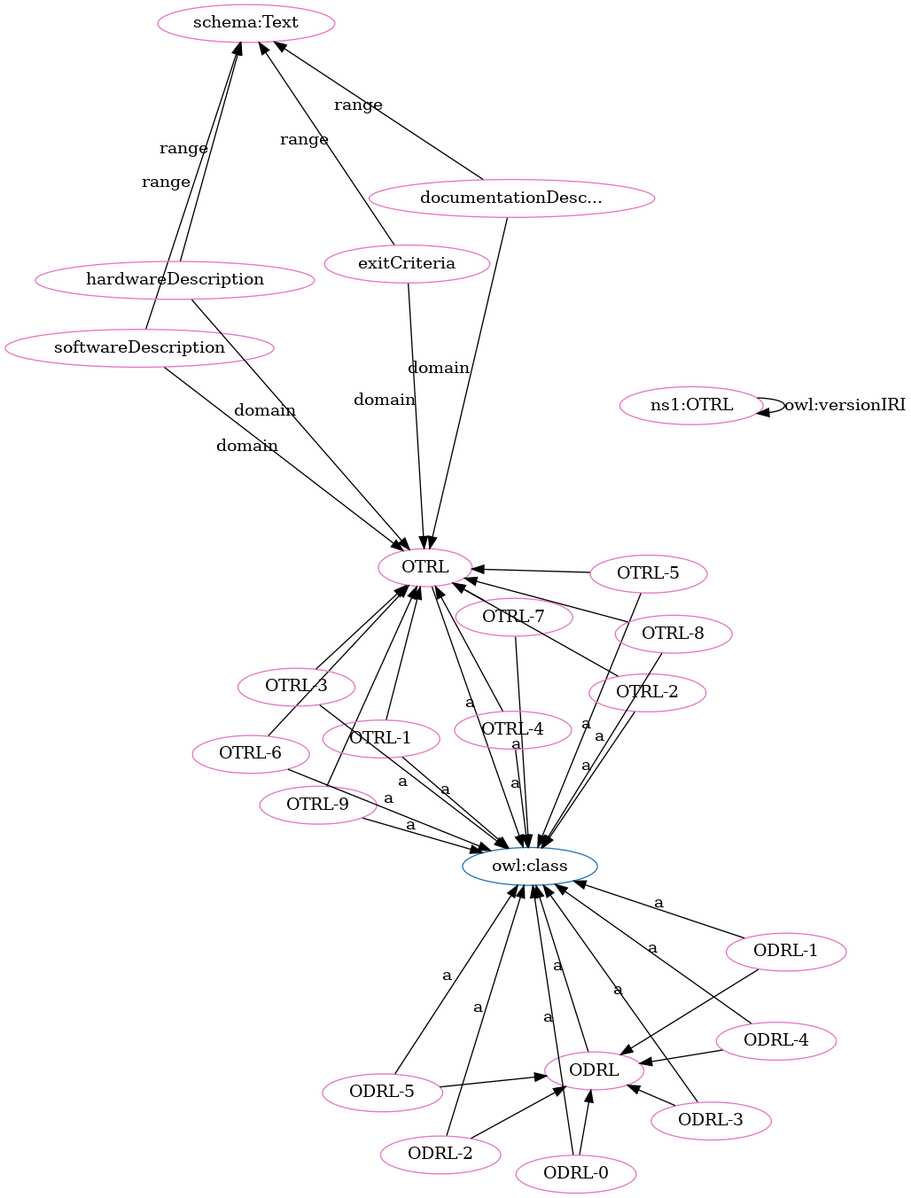
The Graphviz diagram OTRL-clean.png in OPEN-NEXT/OKH-LOSH, before a commit. Its source is kept beside it as OTRL-clean.dot.
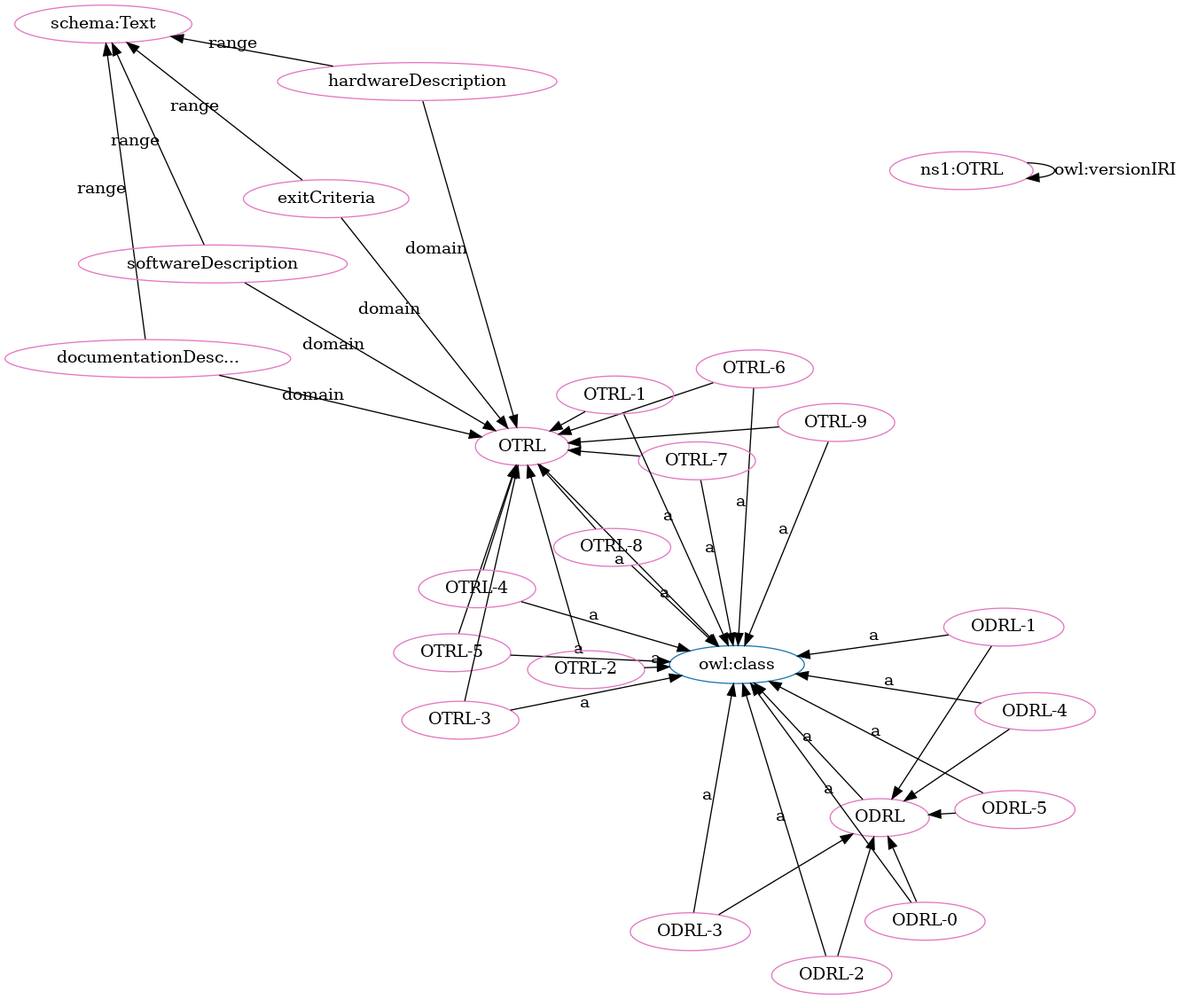
Above is the later version.

What changed in the source:
```diff
@@ -1,71 +1,71 @@
 digraph G {
   rankdir=BT
   node[height=.3]
+"http://purl.org/oseg/ontologies/OTRL#OTRL" [fillcolor="#1f77b4" color="#1f77b4" label="OTRL"]
 "http://purl.org/oseg/ontologies/OTRL#ODRL" [fillcolor="#1f77b4" color="#1f77b4" label="ODRL"]
-"http://purl.org/oseg/ontologies/OTRL#OTRL" [fillcolor="#1f77b4" color="#1f77b4" label="OTRL"]
 "http://www.w3.org/2002/07/owl#class" [fillcolor="#1f77b4" color="#1f77b4" label="owl:class"]
+"http://purl.org/oseg/ontologies/OTRL#OTRL" [fillcolor="#e377c2" color="#e377c2" label="OTRL"]
+"http://purl.org/oseg/ontologies/OTRL#exitCriteria" [fillcolor="#e377c2" color="#e377c2" label="exitCriteria"]
+"http://purl.org/oseg/ontologies/OTRL#ODRL" [fillcolor="#e377c2" color="#e377c2" label="ODRL"]
+"http://schema.org/Text" [fillcolor="#e377c2" color="#e377c2" label="schema:Text"]
+"http://purl.org/oseg/ontologies/OTRL#OTRL-6" [fillcolor="#e377c2" color="#e377c2" label="OTRL-6"]
 "http://purl.org/oseg/ontologies/OTRL" [fillcolor="#e377c2" color="#e377c2" label="ns1:OTRL"]
-"http://schema.org/Text" [fillcolor="#e377c2" color="#e377c2" label="schema:Text"]
+"http://purl.org/oseg/ontologies/OTRL#OTRL-7" [fillcolor="#e377c2" color="#e377c2" label="OTRL-7"]
+"http://purl.org/oseg/ontologies/OTRL#OTRL-5" [fillcolor="#e377c2" color="#e377c2" label="OTRL-5"]
+"http://purl.org/oseg/ontologies/OTRL#ODRL-2" [fillcolor="#e377c2" color="#e377c2" label="ODRL-2"]
+"http://purl.org/oseg/ontologies/OTRL#OTRL-3" [fillcolor="#e377c2" color="#e377c2" label="OTRL-3"]
+"http://purl.org/oseg/ontologies/OTRL#OTRL-1" [fillcolor="#e377c2" color="#e377c2" label="OTRL-1"]
+"http://purl.org/oseg/ontologies/OTRL#ODRL-3" [fillcolor="#e377c2" color="#e377c2" label="ODRL-3"]
+"http://purl.org/oseg/ontologies/OTRL#ODRL-4" [fillcolor="#e377c2" color="#e377c2" label="ODRL-4"]
+"http://purl.org/oseg/ontologies/OTRL#ODRL-1" [fillcolor="#e377c2" color="#e377c2" label="ODRL-1"]
+"http://purl.org/oseg/ontologies/OTRL#hardwareDescription" [fillcolor="#e377c2" color="#e377c2" label="hardwareDescription"]
+"http://purl.org/oseg/ontologies/OTRL#ODRL-0" [fillcolor="#e377c2" color="#e377c2" label="ODRL-0"]
+"http://purl.org/oseg/ontologies/OTRL#OTRL-2" [fillcolor="#e377c2" color="#e377c2" label="OTRL-2"]
+"http://purl.org/oseg/ontologies/OTRL#OTRL-8" [fillcolor="#e377c2" color="#e377c2" label="OTRL-8"]
+"http://purl.org/oseg/ontologies/OTRL#ODRL-5" [fillcolor="#e377c2" color="#e377c2" label="ODRL-5"]
+"http://purl.org/oseg/ontologies/OTRL#documentationDescription" [fillcolor="#e377c2" color="#e377c2" label="documentationDesc..."]
+"http://purl.org/oseg/ontologies/OTRL#softwareDescription" [fillcolor="#e377c2" color="#e377c2" label="softwareDescription"]
+"http://purl.org/oseg/ontologies/OTRL#OTRL-4" [fillcolor="#e377c2" color="#e377c2" label="OTRL-4"]
 "http://purl.org/oseg/ontologies/OTRL#OTRL-9" [fillcolor="#e377c2" color="#e377c2" label="OTRL-9"]
-"http://purl.org/oseg/ontologies/OTRL#ODRL" [fillcolor="#e377c2" color="#e377c2" label="ODRL"]
-"http://purl.org/oseg/ontologies/OTRL#ODRL-4" [fillcolor="#e377c2" color="#e377c2" label="ODRL-4"]
-"http://purl.org/oseg/ontologies/OTRL#OTRL" [fillcolor="#e377c2" color="#e377c2" label="OTRL"]
-"http://purl.org/oseg/ontologies/OTRL#OTRL-1" [fillcolor="#e377c2" color="#e377c2" label="OTRL-1"]
-"http://purl.org/oseg/ontologies/OTRL#ODRL-1" [fillcolor="#e377c2" color="#e377c2" label="ODRL-1"]
-"http://purl.org/oseg/ontologies/OTRL#OTRL-6" [fillcolor="#e377c2" color="#e377c2" label="OTRL-6"]
-"http://purl.org/oseg/ontologies/OTRL#ODRL-0" [fillcolor="#e377c2" color="#e377c2" label="ODRL-0"]
-"http://purl.org/oseg/ontologies/OTRL#ODRL-5" [fillcolor="#e377c2" color="#e377c2" label="ODRL-5"]
-"http://purl.org/oseg/ontologies/OTRL#OTRL-7" [fillcolor="#e377c2" color="#e377c2" label="OTRL-7"]
-"http://purl.org/oseg/ontologies/OTRL#ODRL-3" [fillcolor="#e377c2" color="#e377c2" label="ODRL-3"]
-"http://purl.org/oseg/ontologies/OTRL#OTRL-4" [fillcolor="#e377c2" color="#e377c2" label="OTRL-4"]
-"http://purl.org/oseg/ontologies/OTRL#OTRL-5" [fillcolor="#e377c2" color="#e377c2" label="OTRL-5"]
-"http://purl.org/oseg/ontologies/OTRL#exitCriteria" [fillcolor="#e377c2" color="#e377c2" label="exitCriteria"]
-"http://purl.org/oseg/ontologies/OTRL#softwareDescription" [fillcolor="#e377c2" color="#e377c2" label="softwareDescription"]
-"http://purl.org/oseg/ontologies/OTRL#OTRL-3" [fillcolor="#e377c2" color="#e377c2" label="OTRL-3"]
-"http://purl.org/oseg/ontologies/OTRL#hardwareDescription" [fillcolor="#e377c2" color="#e377c2" label="hardwareDescription"]
-"http://purl.org/oseg/ontologies/OTRL#OTRL-2" [fillcolor="#e377c2" color="#e377c2" label="OTRL-2"]
-"http://purl.org/oseg/ontologies/OTRL#ODRL-2" [fillcolor="#e377c2" color="#e377c2" label="ODRL-2"]
-"http://purl.org/oseg/ontologies/OTRL#documentationDescription" [fillcolor="#e377c2" color="#e377c2" label="documentationDesc..."]
-"http://purl.org/oseg/ontologies/OTRL#OTRL-8" [fillcolor="#e377c2" color="#e377c2" label="OTRL-8"]
+  "http://purl.org/oseg/ontologies/OTRL#OTRL-7" -> "http://purl.org/oseg/ontologies/OTRL#OTRL" [label=""]
+  "http://purl.org/oseg/ontologies/OTRL#ODRL" -> "http://www.w3.org/2002/07/owl#class" [label="a"]
+  "http://purl.org/oseg/ontologies/OTRL#documentationDescription" -> "http://schema.org/Text" [label="range"]
   "http://purl.org/oseg/ontologies/OTRL#softwareDescription" -> "http://schema.org/Text" [label="range"]
-  "http://purl.org/oseg/ontologies/OTRL#OTRL-9" -> "http://www.w3.org/2002/07/owl#class" [label="a"]
-  "http://purl.org/oseg/ontologies/OTRL#documentationDescription" -> "http://schema.org/Text" [label="range"]
-  "http://purl.org/oseg/ontologies/OTRL#ODRL-4" -> "http://purl.org/oseg/ontologies/OTRL#ODRL" [label=""]
-  "http://purl.org/oseg/ontologies/OTRL#OTRL-6" -> "http://purl.org/oseg/ontologies/OTRL#OTRL" [label=""]
-  "http://purl.org/oseg/ontologies/OTRL#exitCriteria" -> "http://purl.org/oseg/ontologies/OTRL#OTRL" [label="domain"]
-  "http://purl.org/oseg/ontologies/OTRL#OTRL-1" -> "http://www.w3.org/2002/07/owl#class" [label="a"]
-  "http://purl.org/oseg/ontologies/OTRL#softwareDescription" -> "http://purl.org/oseg/ontologies/OTRL#OTRL" [label="domain"]
-  "http://purl.org/oseg/ontologies/OTRL#ODRL-1" -> "http://www.w3.org/2002/07/owl#class" [label="a"]
-  "http://purl.org/oseg/ontologies/OTRL#OTRL-6" -> "http://www.w3.org/2002/07/owl#class" [label="a"]
-  "http://purl.org/oseg/ontologies/OTRL#OTRL-1" -> "http://purl.org/oseg/ontologies/OTRL#OTRL" [label=""]
-  "http://purl.org/oseg/ontologies/OTRL#ODRL-0" -> "http://purl.org/oseg/ontologies/OTRL#ODRL" [label=""]
-  "http://purl.org/oseg/ontologies/OTRL#ODRL-3" -> "http://purl.org/oseg/ontologies/OTRL#ODRL" [label=""]
-  "http://purl.org/oseg/ontologies/OTRL#OTRL-4" -> "http://www.w3.org/2002/07/owl#class" [label="a"]
-  "http://purl.org/oseg/ontologies/OTRL#OTRL-9" -> "http://purl.org/oseg/ontologies/OTRL#OTRL" [label=""]
-  "http://purl.org/oseg/ontologies/OTRL#OTRL-5" -> "http://purl.org/oseg/ontologies/OTRL#OTRL" [label=""]
-  "http://purl.org/oseg/ontologies/OTRL#OTRL-7" -> "http://purl.org/oseg/ontologies/OTRL#OTRL" [label=""]
-  "http://purl.org/oseg/ontologies/OTRL#OTRL-3" -> "http://www.w3.org/2002/07/owl#class" [label="a"]
-  "http://purl.org/oseg/ontologies/OTRL#OTRL-2" -> "http://purl.org/oseg/ontologies/OTRL#OTRL" [label=""]
-  "http://purl.org/oseg/ontologies/OTRL#ODRL-2" -> "http://www.w3.org/2002/07/owl#class" [label="a"]
-  "http://purl.org/oseg/ontologies/OTRL#hardwareDescription" -> "http://schema.org/Text" [label="range"]
-  "http://purl.org/oseg/ontologies/OTRL#OTRL-8" -> "http://www.w3.org/2002/07/owl#class" [label="a"]
-  "http://purl.org/oseg/ontologies/OTRL#documentationDescription" -> "http://purl.org/oseg/ontologies/OTRL#OTRL" [label="domain"]
-  "http://purl.org/oseg/ontologies/OTRL" -> "http://purl.org/oseg/ontologies/OTRL" [label="owl:versionIRI"]
-  "http://purl.org/oseg/ontologies/OTRL#ODRL-5" -> "http://purl.org/oseg/ontologies/OTRL#ODRL" [label=""]
-  "http://purl.org/oseg/ontologies/OTRL#ODRL-4" -> "http://www.w3.org/2002/07/owl#class" [label="a"]
-  "http://purl.org/oseg/ontologies/OTRL#ODRL" -> "http://www.w3.org/2002/07/owl#class" [label="a"]
-  "http://purl.org/oseg/ontologies/OTRL#ODRL-2" -> "http://purl.org/oseg/ontologies/OTRL#ODRL" [label=""]
-  "http://purl.org/oseg/ontologies/OTRL#ODRL-1" -> "http://purl.org/oseg/ontologies/OTRL#ODRL" [label=""]
-  "http://purl.org/oseg/ontologies/OTRL#OTRL-3" -> "http://purl.org/oseg/ontologies/OTRL#OTRL" [label=""]
-  "http://purl.org/oseg/ontologies/OTRL#ODRL-0" -> "http://www.w3.org/2002/07/owl#class" [label="a"]
-  "http://purl.org/oseg/ontologies/OTRL#ODRL-5" -> "http://www.w3.org/2002/07/owl#class" [label="a"]
   "http://purl.org/oseg/ontologies/OTRL#OTRL" -> "http://www.w3.org/2002/07/owl#class" [label="a"]
   "http://purl.org/oseg/ontologies/OTRL#OTRL-7" -> "http://www.w3.org/2002/07/owl#class" [label="a"]
+  "http://purl.org/oseg/ontologies/OTRL" -> "http://purl.org/oseg/ontologies/OTRL" [label="owl:versionIRI"]
+  "http://purl.org/oseg/ontologies/OTRL#hardwareDescription" -> "http://purl.org/oseg/ontologies/OTRL#OTRL" [label="domain"]
+  "http://purl.org/oseg/ontologies/OTRL#OTRL-5" -> "http://purl.org/oseg/ontologies/OTRL#OTRL" [label=""]
+  "http://purl.org/oseg/ontologies/OTRL#ODRL-2" -> "http://purl.org/oseg/ontologies/OTRL#ODRL" [label=""]
+  "http://purl.org/oseg/ontologies/OTRL#ODRL-3" -> "http://www.w3.org/2002/07/owl#class" [label="a"]
+  "http://purl.org/oseg/ontologies/OTRL#ODRL-4" -> "http://www.w3.org/2002/07/owl#class" [label="a"]
+  "http://purl.org/oseg/ontologies/OTRL#ODRL-1" -> "http://www.w3.org/2002/07/owl#class" [label="a"]
+  "http://purl.org/oseg/ontologies/OTRL#ODRL-0" -> "http://www.w3.org/2002/07/owl#class" [label="a"]
+  "http://purl.org/oseg/ontologies/OTRL#ODRL-3" -> "http://purl.org/oseg/ontologies/OTRL#ODRL" [label=""]
+  "http://purl.org/oseg/ontologies/OTRL#ODRL-4" -> "http://purl.org/oseg/ontologies/OTRL#ODRL" [label=""]
+  "http://purl.org/oseg/ontologies/OTRL#ODRL-1" -> "http://purl.org/oseg/ontologies/OTRL#ODRL" [label=""]
+  "http://purl.org/oseg/ontologies/OTRL#OTRL-2" -> "http://purl.org/oseg/ontologies/OTRL#OTRL" [label=""]
+  "http://purl.org/oseg/ontologies/OTRL#ODRL-5" -> "http://www.w3.org/2002/07/owl#class" [label="a"]
+  "http://purl.org/oseg/ontologies/OTRL#ODRL-0" -> "http://purl.org/oseg/ontologies/OTRL#ODRL" [label=""]
+  "http://purl.org/oseg/ontologies/OTRL#exitCriteria" -> "http://purl.org/oseg/ontologies/OTRL#OTRL" [label="domain"]
+  "http://purl.org/oseg/ontologies/OTRL#ODRL-5" -> "http://purl.org/oseg/ontologies/OTRL#ODRL" [label=""]
+  "http://purl.org/oseg/ontologies/OTRL#OTRL-9" -> "http://www.w3.org/2002/07/owl#class" [label="a"]
+  "http://purl.org/oseg/ontologies/OTRL#hardwareDescription" -> "http://schema.org/Text" [label="range"]
+  "http://purl.org/oseg/ontologies/OTRL#softwareDescription" -> "http://purl.org/oseg/ontologies/OTRL#OTRL" [label="domain"]
+  "http://purl.org/oseg/ontologies/OTRL#OTRL-3" -> "http://purl.org/oseg/ontologies/OTRL#OTRL" [label=""]
+  "http://purl.org/oseg/ontologies/OTRL#OTRL-1" -> "http://purl.org/oseg/ontologies/OTRL#OTRL" [label=""]
+  "http://purl.org/oseg/ontologies/OTRL#OTRL-6" -> "http://www.w3.org/2002/07/owl#class" [label="a"]
   "http://purl.org/oseg/ontologies/OTRL#OTRL-8" -> "http://purl.org/oseg/ontologies/OTRL#OTRL" [label=""]
-  "http://purl.org/oseg/ontologies/OTRL#ODRL-3" -> "http://www.w3.org/2002/07/owl#class" [label="a"]
   "http://purl.org/oseg/ontologies/OTRL#OTRL-5" -> "http://www.w3.org/2002/07/owl#class" [label="a"]
+  "http://purl.org/oseg/ontologies/OTRL#OTRL-9" -> "http://purl.org/oseg/ontologies/OTRL#OTRL" [label=""]
   "http://purl.org/oseg/ontologies/OTRL#OTRL-4" -> "http://purl.org/oseg/ontologies/OTRL#OTRL" [label=""]
+  "http://purl.org/oseg/ontologies/OTRL#ODRL-2" -> "http://www.w3.org/2002/07/owl#class" [label="a"]
+  "http://purl.org/oseg/ontologies/OTRL#OTRL-3" -> "http://www.w3.org/2002/07/owl#class" [label="a"]
+  "http://purl.org/oseg/ontologies/OTRL#OTRL-1" -> "http://www.w3.org/2002/07/owl#class" [label="a"]
+  "http://purl.org/oseg/ontologies/OTRL#documentationDescription" -> "http://purl.org/oseg/ontologies/OTRL#OTRL" [label="domain"]
   "http://purl.org/oseg/ontologies/OTRL#OTRL-2" -> "http://www.w3.org/2002/07/owl#class" [label="a"]
+  "http://purl.org/oseg/ontologies/OTRL#OTRL-8" -> "http://www.w3.org/2002/07/owl#class" [label="a"]
+  "http://purl.org/oseg/ontologies/OTRL#OTRL-6" -> "http://purl.org/oseg/ontologies/OTRL#OTRL" [label=""]
+  "http://purl.org/oseg/ontologies/OTRL#OTRL-4" -> "http://www.w3.org/2002/07/owl#class" [label="a"]
   "http://purl.org/oseg/ontologies/OTRL#exitCriteria" -> "http://schema.org/Text" [label="range"]
-  "http://purl.org/oseg/ontologies/OTRL#hardwareDescription" -> "http://purl.org/oseg/ontologies/OTRL#OTRL" [label="domain"]
 }
```
